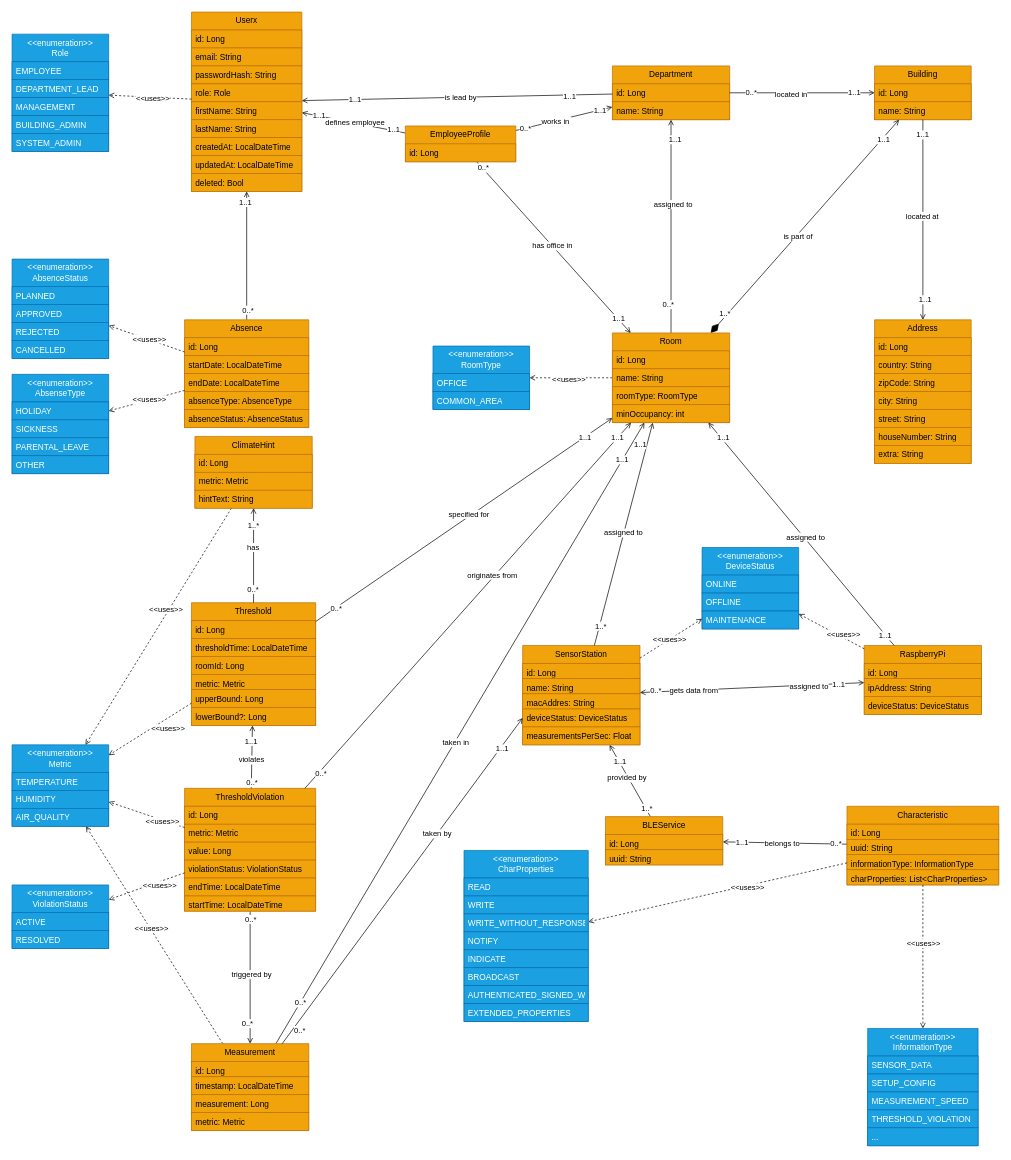
Earlier version of the draw.io diagram docs/Softwarekonzept_V2/images/climate-canary-webapp-backend .drawio (adriano-paganini/ClimateCanary). Source tidied: cells renumbered, new cells numbered last; positions are measured from the earlier drawing's top-left corner, leaving out a move shared by most shapes. Both pictures are drawn from the tidied source at 69%, with x=0, y=0 at pixel (12, 12).
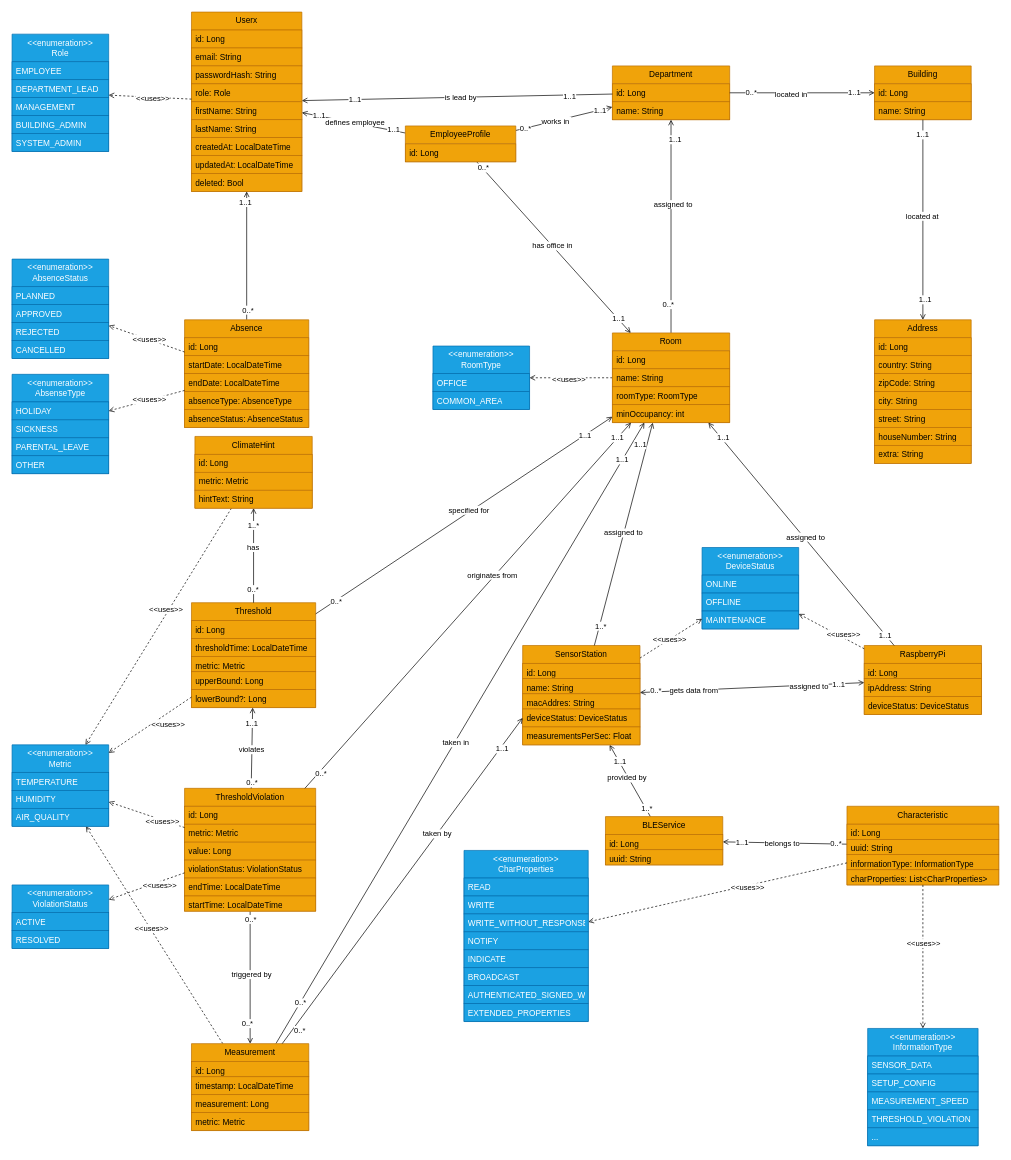
Above is the later version.

The change refers to these unchanged cells:
```xml
<mxCell id="32" value="Building" style="swimlane;fontStyle=0;horizontal=1;startSize=26;fillColor=#f0a30a;whiteSpace=wrap;html=1;fontColor=#000000;strokeColor=#BD7000;" parent="1" vertex="1">
  <mxGeometry x="1250" y="78" width="140" height="78" as="geometry" />
</mxCell>
<mxCell id="64" value="Room" style="swimlane;fontStyle=0;horizontal=1;startSize=26;fillColor=#f0a30a;whiteSpace=wrap;html=1;fontColor=#000000;strokeColor=#BD7000;" parent="1" vertex="1">
  <mxGeometry x="870" y="465" width="170" height="130" as="geometry" />
</mxCell>
```

Diff of the diagram source:
```diff
@@
-    <mxCell id="60" style="rounded=0;jettySize=auto;html=1;endArrow=open;endFill=0;startArrow=diamondThin;startFill=1;startSize=15;" parent="1" edge="1" source="64" target="32">
-      <mxGeometry relative="1" as="geometry" />
-    </mxCell>
-    <mxCell id="61" value="is part of" style="edgeLabel;html=1;align=center;verticalAlign=middle;" parent="60" vertex="1">
-      <mxGeometry x="-0.09" y="-2" relative="1" as="geometry" />
-    </mxCell>
-    <mxCell id="62" value="1..1" style="edgeLabel;html=1;align=center;verticalAlign=middle;" parent="60" vertex="1">
-      <mxGeometry x="0.82" y="-1" relative="1" as="geometry">
-        <mxPoint x="1" as="offset" />
-      </mxGeometry>
-    </mxCell>
-    <mxCell id="63" value="1..*" style="edgeLabel;html=1;align=center;verticalAlign=middle;" parent="60" vertex="1">
-      <mxGeometry x="-0.83" y="4" relative="1" as="geometry" />
-    </mxCell>
@@
     <mxCell id="105" value="Threshold" style="swimlane;fontStyle=0;horizontal=1;startSize=26;fillColor=#f0a30a;whiteSpace=wrap;html=1;fontColor=#000000;strokeColor=#BD7000;" parent="1" vertex="1">
-      <mxGeometry x="260" y="856" width="180" height="178" as="geometry" />
+      <mxGeometry x="260" y="856" width="180" height="152" as="geometry" />
     </mxCell>
@@
-    <mxCell id="108" value="roomId: Long" style="text;strokeColor=#BD7000;fillColor=#f0a30a;align=left;verticalAlign=top;spacingLeft=4;spacingRight=4;overflow=hidden;whiteSpace=wrap;html=1;fontColor=#000000;" parent="105" vertex="1">
-      <mxGeometry y="78" width="180" height="26" as="geometry" />
-    </mxCell>
     <mxCell id="109" value="&lt;div&gt;&lt;span style=&quot;background-color: transparent; color: light-dark(rgb(0, 0, 0), rgb(255, 255, 255));&quot;&gt;metric: Metric&lt;/span&gt;&lt;/div&gt;" style="text;strokeColor=#BD7000;fillColor=#f0a30a;align=left;verticalAlign=top;spacingLeft=4;spacingRight=4;overflow=hidden;whiteSpace=wrap;html=1;fontColor=#000000;" parent="105" vertex="1">
-      <mxGeometry y="104" width="180" height="22" as="geometry" />
+      <mxGeometry y="78" width="180" height="22" as="geometry" />
     </mxCell>
     <mxCell id="110" value="upperBound: Long" style="text;strokeColor=#BD7000;fillColor=#f0a30a;align=left;verticalAlign=top;spacingLeft=4;spacingRight=4;overflow=hidden;whiteSpace=wrap;html=1;fontColor=#000000;" parent="105" vertex="1">
-      <mxGeometry y="126" width="180" height="26" as="geometry" />
+      <mxGeometry y="100" width="180" height="26" as="geometry" />
     </mxCell>
     <mxCell id="111" value="lowerBound?: Long" style="text;strokeColor=#BD7000;fillColor=#f0a30a;align=left;verticalAlign=top;spacingLeft=4;spacingRight=4;overflow=hidden;whiteSpace=wrap;html=1;fontColor=#000000;" parent="105" vertex="1">
-      <mxGeometry y="152" width="180" height="26" as="geometry" />
+      <mxGeometry y="126" width="180" height="26" as="geometry" />
     </mxCell>
```
